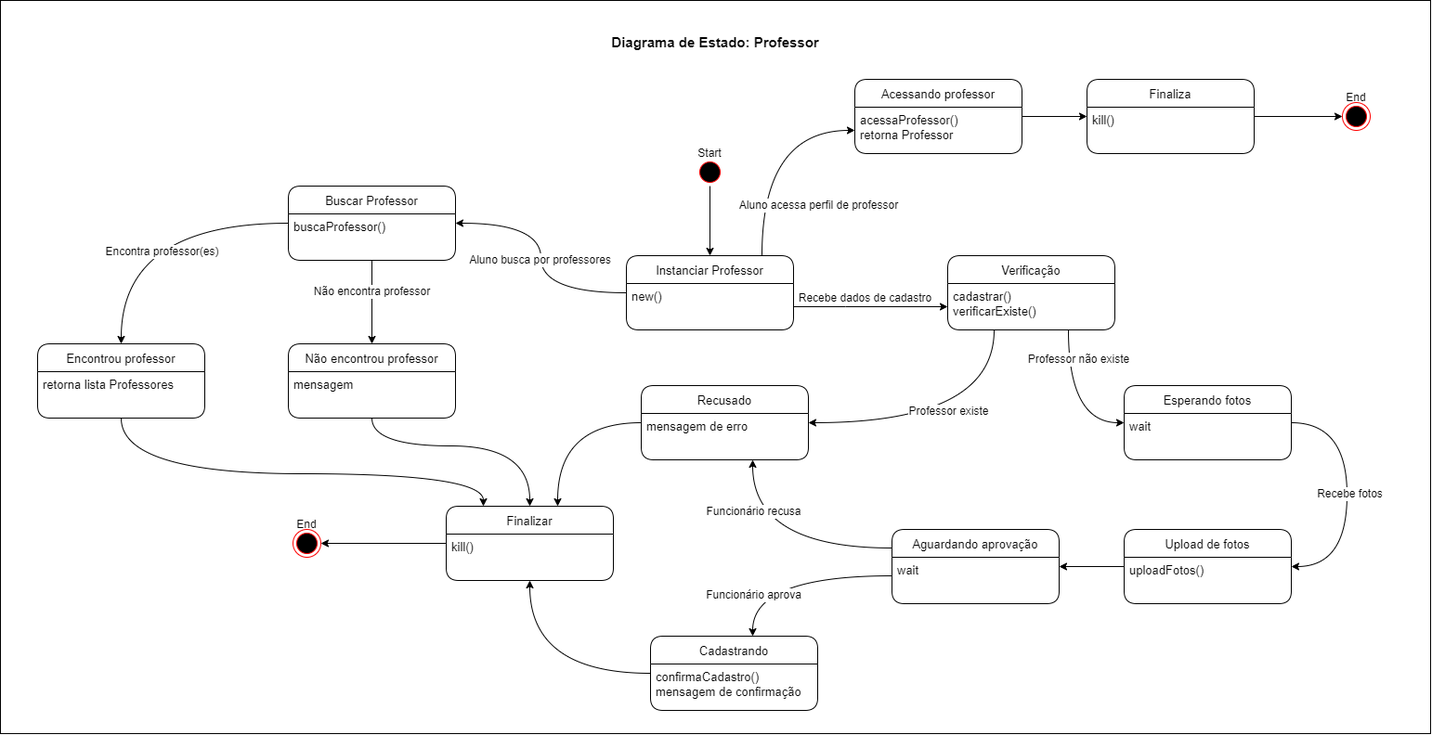
EijiDogen/BrainForHire keeps this draw.io diagram as diagramaEstados/EstadosProfessor.drawio.png. Above is the earlier version. Source tidied: cells renumbered, new cells last; positions are measured from the earlier drawing's top-left corner, leaving out a move shared by most shapes.
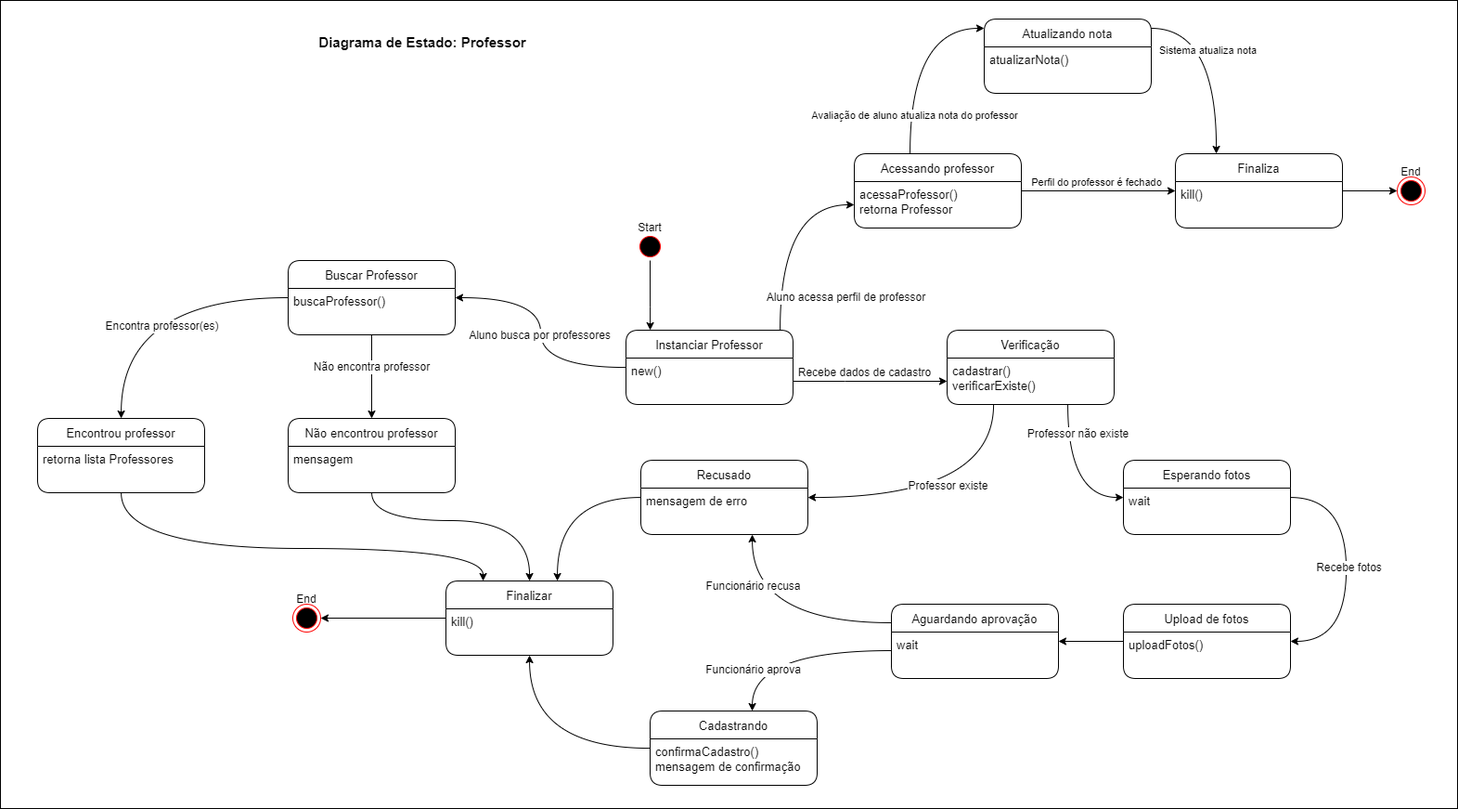
Above is the later version.

The edit, as a diff of the source:
```diff
@@ -3,10 +3,10 @@
     <mxCell id="0" />
     <mxCell id="1" value="fundo" parent="0" />
     <mxCell id="2" style="rounded=0;whiteSpace=wrap;html=1;" parent="1" vertex="1">
-      <mxGeometry width="1540" height="790" as="geometry" />
+      <mxGeometry y="-80" width="1570" height="870" as="geometry" />
     </mxCell>
     <mxCell id="3" value="Diagrama de Estado: Professor" style="text;html=1;strokeColor=none;fillColor=none;align=center;verticalAlign=middle;whiteSpace=wrap;rounded=0;fontStyle=1;fontSize=15;" parent="1" vertex="1">
-      <mxGeometry x="605" y="30" width="330" height="30" as="geometry" />
+      <mxGeometry x="290" y="-50" width="330" height="30" as="geometry" />
     </mxCell>
     <mxCell id="4" value="estados" parent="0" />
     <mxCell id="5" style="edgeStyle=orthogonalEdgeStyle;rounded=0;jettySize=auto;html=1;fontSize=12;" parent="4" edge="1" source="11" target="24">
@@ -33,13 +33,13 @@
     <mxCell id="9" style="edgeStyle=orthogonalEdgeStyle;curved=1;rounded=0;jettySize=auto;html=1;fontSize=12;" parent="4" edge="1" source="11" target="61">
       <mxGeometry relative="1" as="geometry">
         <Array as="points">
-          <mxPoint x="820" y="140" />
+          <mxPoint x="840" y="140" />
         </Array>
       </mxGeometry>
     </mxCell>
     <mxCell id="10" value="Aluno acessa perfil de professor" style="edgeLabel;html=1;align=center;verticalAlign=middle;fontSize=12;" parent="9" vertex="1">
       <mxGeometry x="-0.29" y="-10" relative="1" as="geometry">
-        <mxPoint x="50" y="28" as="offset" />
+        <mxPoint x="60" y="41" as="offset" />
       </mxGeometry>
     </mxCell>
     <mxCell id="11" value="Instanciar Professor" style="swimlane;fontStyle=0;horizontal=1;startSize=30;rounded=1;fontSize=13;" parent="4" vertex="1">
@@ -49,7 +49,7 @@
       <mxGeometry y="30" width="180" height="50" as="geometry" />
     </mxCell>
     <mxCell id="13" style="group;" parent="4" vertex="1">
-      <mxGeometry x="734" y="150" width="60" height="50" as="geometry" />
+      <mxGeometry x="670" y="150" width="60" height="50" as="geometry" />
     </mxCell>
     <mxCell id="14" style="ellipse;html=1;shape=startState;fillColor=#000000;strokeColor=#ff0000;rounded=1;" parent="13" vertex="1">
       <mxGeometry x="15" y="20" width="30" height="30" as="geometry" />
@@ -67,7 +67,12 @@
       <mxGeometry width="60" height="30" as="geometry" />
     </mxCell>
     <mxCell id="19" style="edgeStyle=orthogonalEdgeStyle;rounded=0;jettySize=auto;html=1;" parent="4" edge="1" source="14" target="11">
-      <mxGeometry relative="1" as="geometry" />
+      <mxGeometry relative="1" as="geometry">
+        <Array as="points">
+          <mxPoint x="700" y="250" />
+          <mxPoint x="700" y="250" />
+        </Array>
+      </mxGeometry>
     </mxCell>
     <mxCell id="20" style="edgeStyle=orthogonalEdgeStyle;rounded=0;jettySize=auto;html=1;fontSize=12;curved=1;" parent="4" edge="1" source="24" target="27">
       <mxGeometry relative="1" as="geometry">
@@ -237,6 +242,21 @@
     <mxCell id="60" style="edgeStyle=orthogonalEdgeStyle;curved=1;rounded=0;jettySize=auto;html=1;fontSize=12;" parent="4" edge="1" source="61" target="64">
       <mxGeometry relative="1" as="geometry" />
     </mxCell>
+    <mxCell id="69" value="Perfil do professor é fechado" style="edgeLabel;html=1;align=center;verticalAlign=middle;" parent="60" vertex="1">
+      <mxGeometry x="-0.26" y="1" relative="1" as="geometry">
+        <mxPoint x="19" y="-9" as="offset" />
+      </mxGeometry>
+    </mxCell>
+    <mxCell id="70" style="edgeStyle=orthogonalEdgeStyle;rounded=0;jettySize=auto;html=1;curved=1;" parent="4" edge="1" source="61" target="74">
+      <mxGeometry relative="1" as="geometry">
+        <Array as="points">
+          <mxPoint x="980" y="-50" />
+        </Array>
+      </mxGeometry>
+    </mxCell>
+    <mxCell id="71" value="Avaliação de aluno atualiza nota do professor" style="edgeLabel;html=1;align=center;verticalAlign=middle;" parent="70" vertex="1">
+      <mxGeometry x="-0.62" y="-4" relative="1" as="geometry" />
+    </mxCell>
     <mxCell id="61" value="Acessando professor" style="swimlane;fontStyle=0;horizontal=1;startSize=30;rounded=1;fontSize=13;" parent="4" vertex="1">
       <mxGeometry x="920" y="85" width="180" height="80" as="geometry" />
     </mxCell>
@@ -247,13 +267,13 @@
       <mxGeometry relative="1" as="geometry" />
     </mxCell>
     <mxCell id="64" value="Finaliza" style="swimlane;fontStyle=0;horizontal=1;startSize=30;rounded=1;fontSize=13;" parent="4" vertex="1">
-      <mxGeometry x="1170" y="85" width="180" height="80" as="geometry" />
+      <mxGeometry x="1266" y="85" width="180" height="80" as="geometry" />
     </mxCell>
     <mxCell id="65" value="kill()" style="text;strokeColor=none;fillColor=none;align=left;verticalAlign=top;spacingLeft=4;spacingRight=4;overflow=hidden;fontSize=13;" parent="64" vertex="1">
       <mxGeometry y="30" width="180" height="50" as="geometry" />
     </mxCell>
     <mxCell id="66" style="group;" parent="4" vertex="1">
-      <mxGeometry x="1430" y="90" width="60" height="50" as="geometry" />
+      <mxGeometry x="1490" y="90" width="60" height="50" as="geometry" />
     </mxCell>
     <mxCell id="67" style="ellipse;html=1;shape=endState;fillColor=#000000;strokeColor=#ff0000;rounded=1;" parent="66" vertex="1">
       <mxGeometry x="15" y="20" width="30" height="30" as="geometry" />
@@ -261,5 +281,23 @@
     <mxCell id="68" value="End" style="text;html=1;strokeColor=none;fillColor=none;align=center;verticalAlign=middle;whiteSpace=wrap;rounded=0;" parent="66" vertex="1">
       <mxGeometry width="60" height="30" as="geometry" />
     </mxCell>
+    <mxCell id="72" style="edgeStyle=orthogonalEdgeStyle;curved=1;rounded=0;jettySize=auto;html=1;" parent="4" edge="1" source="74" target="64">
+      <mxGeometry relative="1" as="geometry">
+        <Array as="points">
+          <mxPoint x="1310" y="-50" />
+        </Array>
+      </mxGeometry>
+    </mxCell>
+    <mxCell id="73" value="Sistema atualiza nota" style="edgeLabel;html=1;align=center;verticalAlign=middle;" parent="72" vertex="1">
+      <mxGeometry x="0.25" y="-10" relative="1" as="geometry">
+        <mxPoint y="-34" as="offset" />
+      </mxGeometry>
+    </mxCell>
+    <mxCell id="74" value="Atualizando nota" style="swimlane;fontStyle=0;horizontal=1;startSize=30;rounded=1;fontSize=13;" parent="4" vertex="1">
+      <mxGeometry x="1060" y="-60" width="180" height="80" as="geometry" />
+    </mxCell>
+    <mxCell id="75" value="atualizarNota()" style="text;strokeColor=none;fillColor=none;align=left;verticalAlign=top;spacingLeft=4;spacingRight=4;overflow=hidden;fontSize=13;" parent="74" vertex="1">
+      <mxGeometry y="30" width="180" height="50" as="geometry" />
+    </mxCell>
   </root>
 </mxGraphModel>
```
